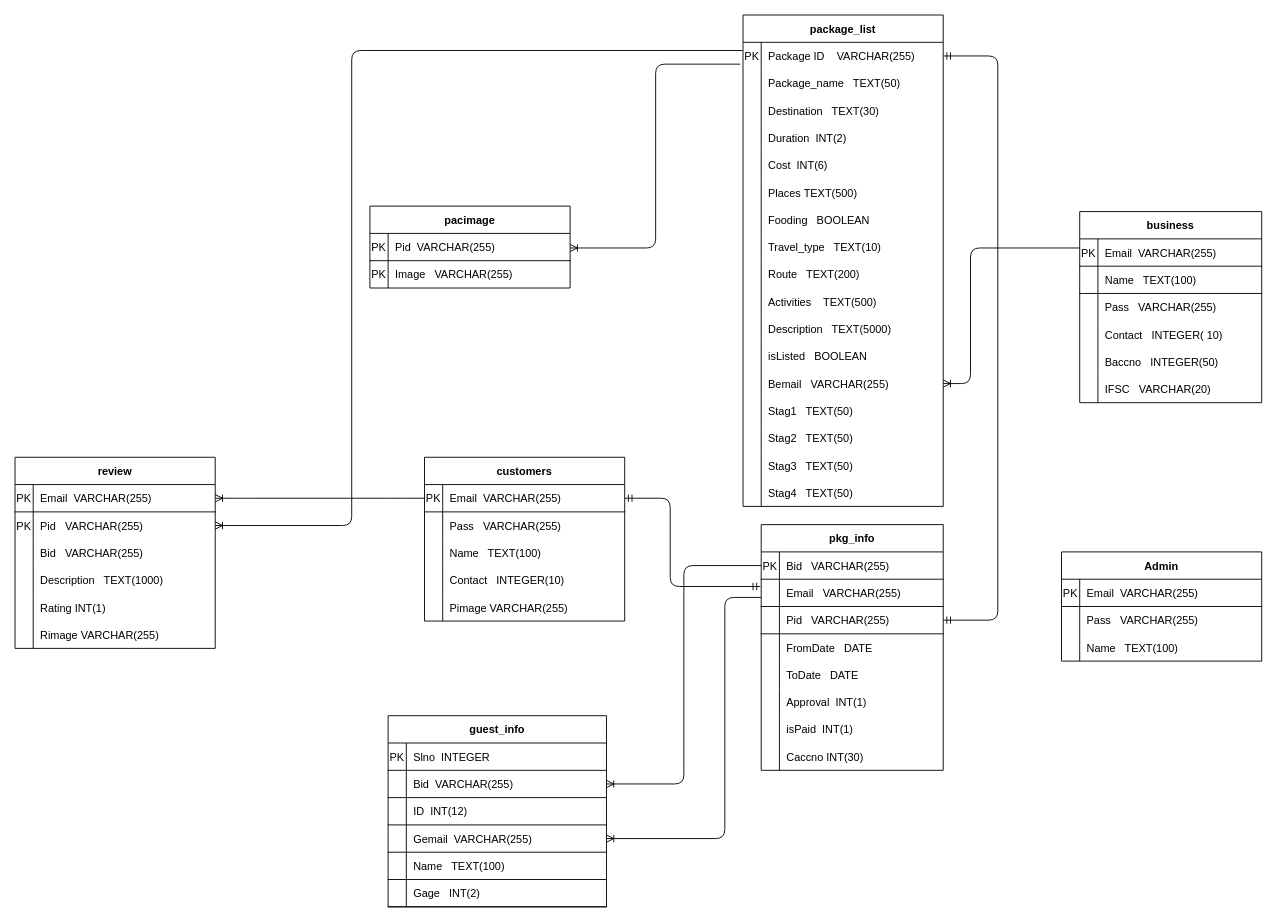
Before: ERD_SCHEMA_WITH_PAKCAGE.drawio in PCMasterRace007/ER, a draw.io diagram. Source tidied: cells renumbered, new cells numbered last; positions are measured from the earlier drawing's top-left corner, leaving out a move shared by most shapes. Both pictures are drawn from the tidied source at 91%, with x=0, y=0 at pixel (15, 15).
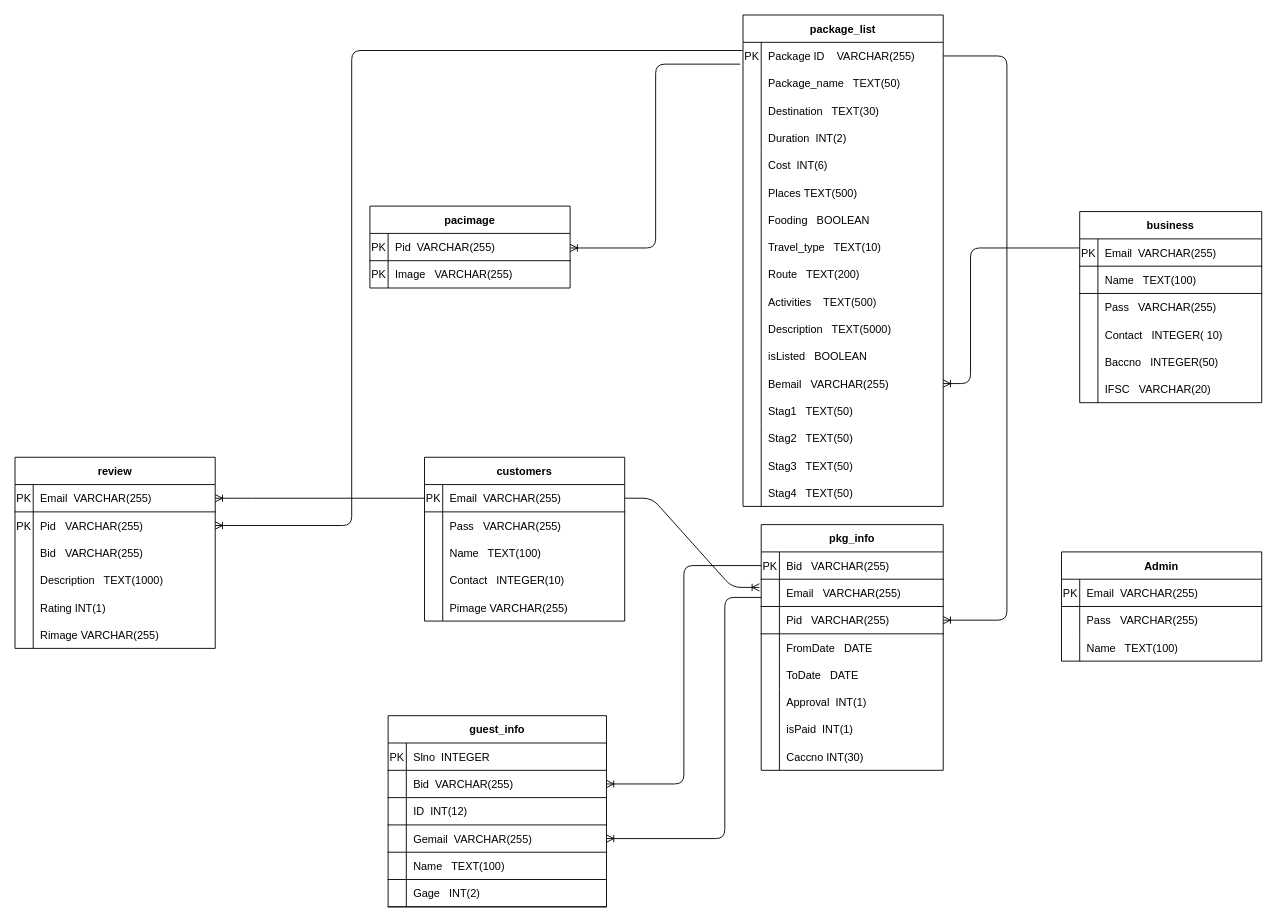
Above is the later version.

The change refers to these unchanged cells:
```xml
<mxCell id="3" style="shape=partialRectangle;fillColor=none;top=0;left=0;bottom=0;right=0;points=[[0,0.5],[1,0.5]];portConstraint=eastwest;" parent="2" vertex="1">
  <mxGeometry y="30" width="220" height="30" as="geometry" />
</mxCell>
<mxCell id="55" style="shape=partialRectangle;fillColor=none;top=0;left=0;bottom=1;right=0;points=[[0,0.5],[1,0.5]];portConstraint=eastwest;" parent="54" vertex="1">
  <mxGeometry y="30" width="220" height="30" as="geometry" />
</mxCell>
<mxCell id="112" style="shape=partialRectangle;fillColor=none;top=0;left=0;bottom=1;right=0;points=[[0,0.5],[1,0.5]];portConstraint=eastwest;" parent="108" vertex="1">
  <mxGeometry y="60" width="200" height="30" as="geometry" />
</mxCell>
<mxCell id="115" style="shape=partialRectangle;fillColor=none;top=0;left=0;bottom=1;right=0;points=[[0,0.5],[1,0.5]];portConstraint=eastwest;" parent="108" vertex="1">
  <mxGeometry y="90" width="200" height="30" as="geometry" />
</mxCell>
```

Diff of the diagram source:
```diff
@@
-    <mxCell id="134" style="edgeStyle=elbowEdgeStyle;fontSize=12;html=1;endArrow=ERmandOne;startArrow=ERmandOne;exitX=1;exitY=0.5;exitDx=0;exitDy=0;entryX=-0.005;entryY=0.267;entryDx=0;entryDy=0;entryPerimeter=0;" parent="1" edge="1" source="55" target="112">
-      <mxGeometry relative="1" as="geometry">
-        <Array as="points">
-          <mxPoint x="720" y="550" />
-          <mxPoint x="780" y="580" />
-        </Array>
-      </mxGeometry>
-    </mxCell>
@@
-    <mxCell id="136" style="edgeStyle=elbowEdgeStyle;fontSize=12;html=1;endArrow=ERmandOne;startArrow=ERmandOne;entryX=1;entryY=0.5;entryDx=0;entryDy=0;exitX=1;exitY=0.5;exitDx=0;exitDy=0;" parent="1" edge="1" source="115" target="3">
-      <mxGeometry relative="1" as="geometry">
-        <Array as="points">
-          <mxPoint x="1080" y="440" />
-          <mxPoint x="1030" y="466" />
-          <mxPoint x="1040" y="486" />
-        </Array>
-      </mxGeometry>
-    </mxCell>
@@
+    <mxCell id="177" style="edgeStyle=entityRelationEdgeStyle;fontSize=12;html=1;endArrow=ERoneToMany;exitX=1;exitY=0.5;exitDx=0;exitDy=0;" parent="1" edge="1" source="55">
+      <mxGeometry relative="1" as="geometry">
+        <mxPoint x="818" y="629" as="targetPoint" />
+      </mxGeometry>
+    </mxCell>
+    <mxCell id="178" style="edgeStyle=elbowEdgeStyle;fontSize=12;html=1;endArrow=ERoneToMany;exitX=1;exitY=0.5;exitDx=0;exitDy=0;entryX=1;entryY=0.5;entryDx=0;entryDy=0;" parent="1" edge="1" source="3" target="115">
+      <mxGeometry relative="1" as="geometry">
+        <Array as="points">
+          <mxPoint x="1090" y="520" />
+        </Array>
+      </mxGeometry>
+    </mxCell>
```
